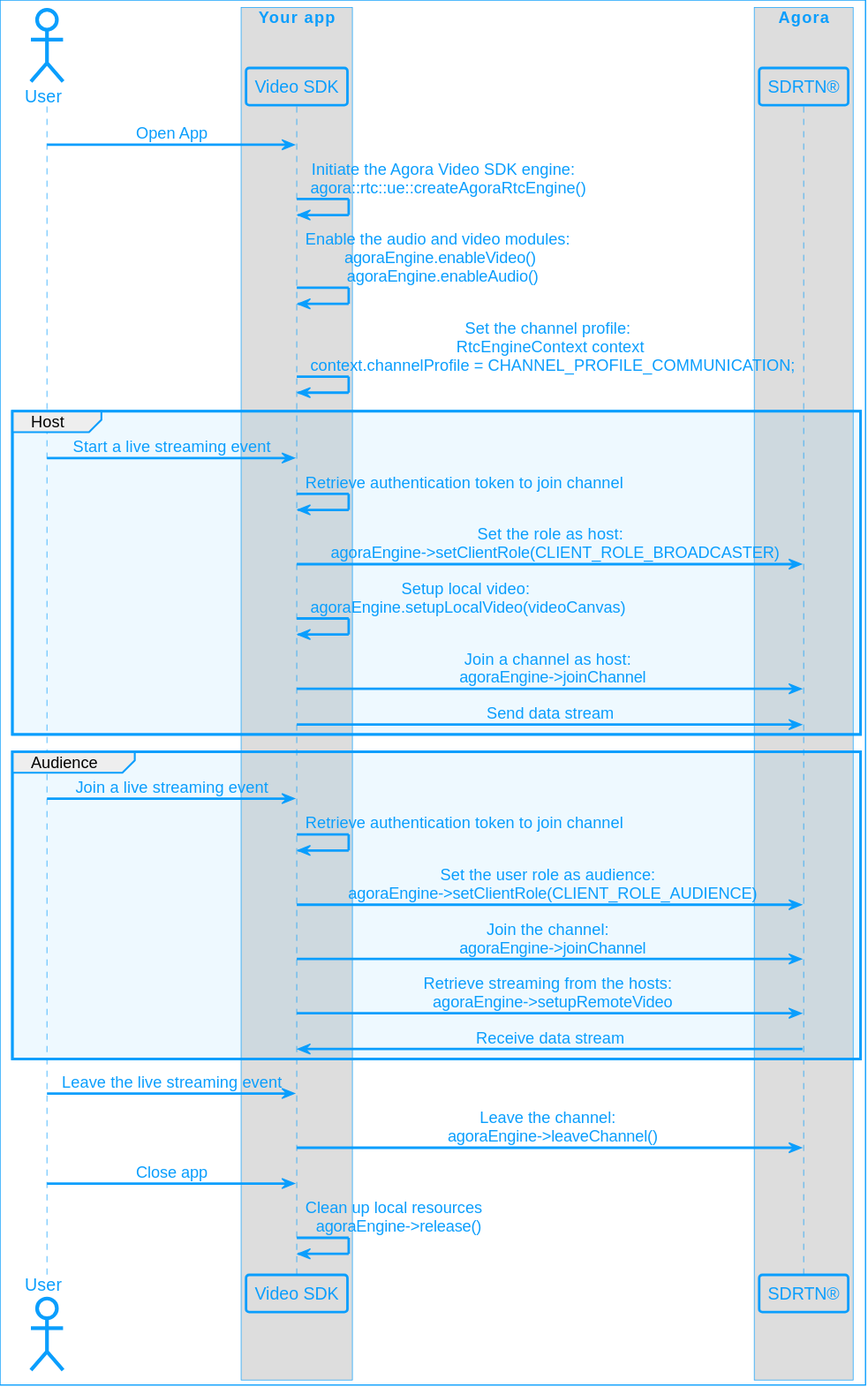
Earlier version of the PlantUML export assets/images/rtc-sdk/ils-call-logic-unreal.svg (AgoraIO/Docs-Source). The source it was exported from:
```plantuml
@startuml
!include agora_skin.iuml


actor "User" as USR

box "Your app"

participant "Video SDK" as APP

end box

box "Agora"

participant "SDRTN®" as API

end box

USR -> APP: Open App
APP -> APP: Initiate the Agora Video SDK engine: \n agora::rtc::ue::createAgoraRtcEngine()
APP -> APP: Enable the audio and video modules: \n agoraEngine.enableVideo() \n agoraEngine.enableAudio()
APP -> APP: Set the channel profile: \n RtcEngineContext context \n context.channelProfile = CHANNEL_PROFILE_COMMUNICATION;

group Host
USR -> APP: Start a live streaming event
APP->APP: Retrieve authentication token to join channel
APP -> API: Set the role as host:\n  agoraEngine->setClientRole(CLIENT_ROLE_BROADCASTER)
APP -> APP: Setup local video:\n agoraEngine.setupLocalVideo(videoCanvas)
APP -> API: Join a channel as host: \n agoraEngine->joinChannel
APP -> API: Send data stream
end

group Audience
USR -> APP: Join a live streaming event
APP -> APP: Retrieve authentication token to join channel
APP -> API: Set the user role as audience: \n agoraEngine->setClientRole(CLIENT_ROLE_AUDIENCE)
APP -> API: Join the channel: \n agoraEngine->joinChannel
APP -> API: Retrieve streaming from the hosts: \n agoraEngine->setupRemoteVideo
API -> APP: Receive data stream
end

USR -> APP: Leave the live streaming event
APP -> API: Leave the channel: \n agoraEngine->leaveChannel()

USR -> APP: Close app
APP -> APP: Clean up local resources\n  agoraEngine->release()
@enduml
```
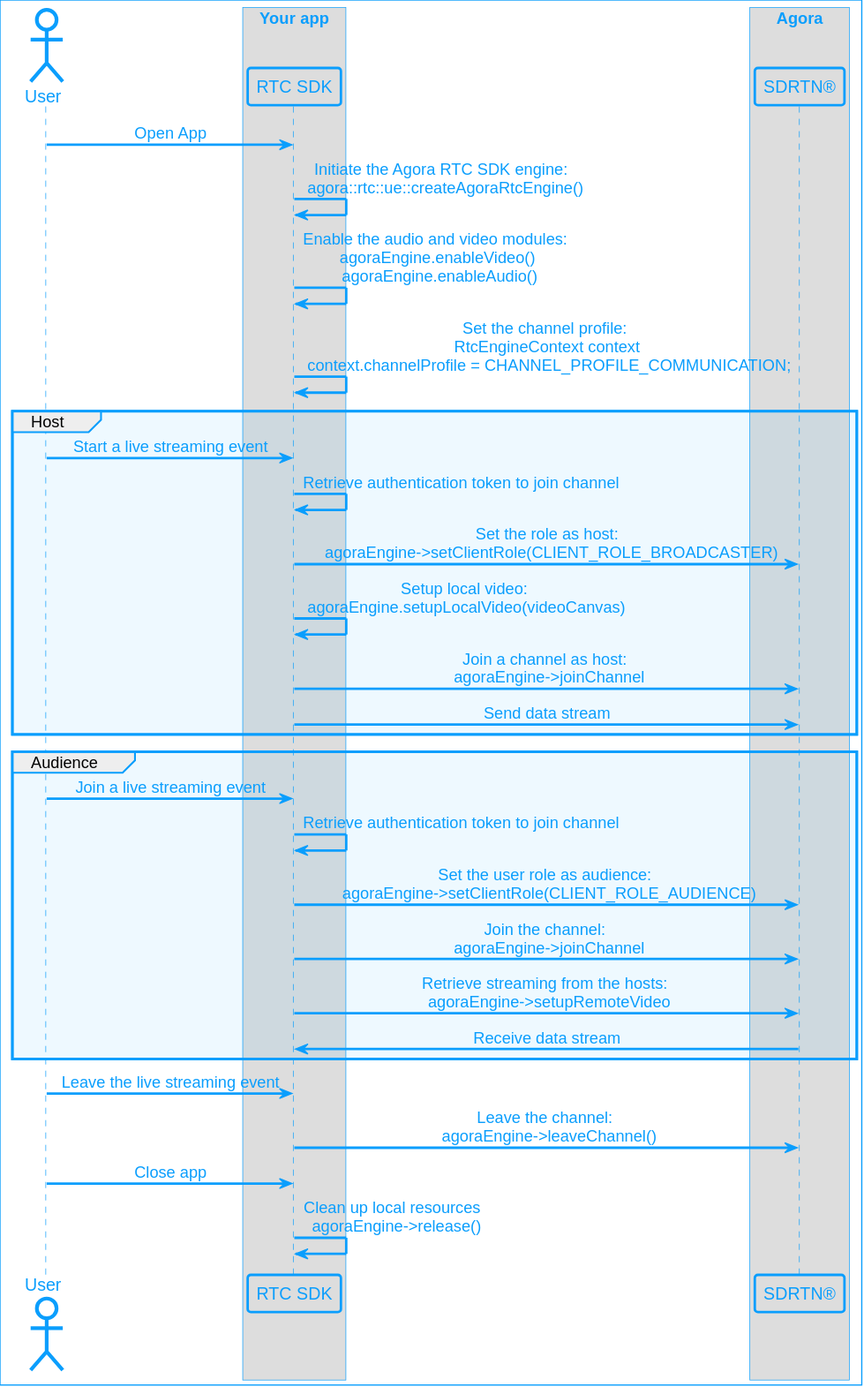
The same file after the commit.

Diff of the diagram source:
```diff
@@ -6,7 +6,7 @@
 
 box "Your app"
 
-participant "Video SDK" as APP
+participant "RTC SDK" as APP
 
 end box
 
@@ -17,7 +17,7 @@
 end box
 
 USR -> APP: Open App
-APP -> APP: Initiate the Agora Video SDK engine: \n agora::rtc::ue::createAgoraRtcEngine()
+APP -> APP: Initiate the Agora RTC SDK engine: \n agora::rtc::ue::createAgoraRtcEngine()
 APP -> APP: Enable the audio and video modules: \n agoraEngine.enableVideo() \n agoraEngine.enableAudio()
 APP -> APP: Set the channel profile: \n RtcEngineContext context \n context.channelProfile = CHANNEL_PROFILE_COMMUNICATION;
 
```
